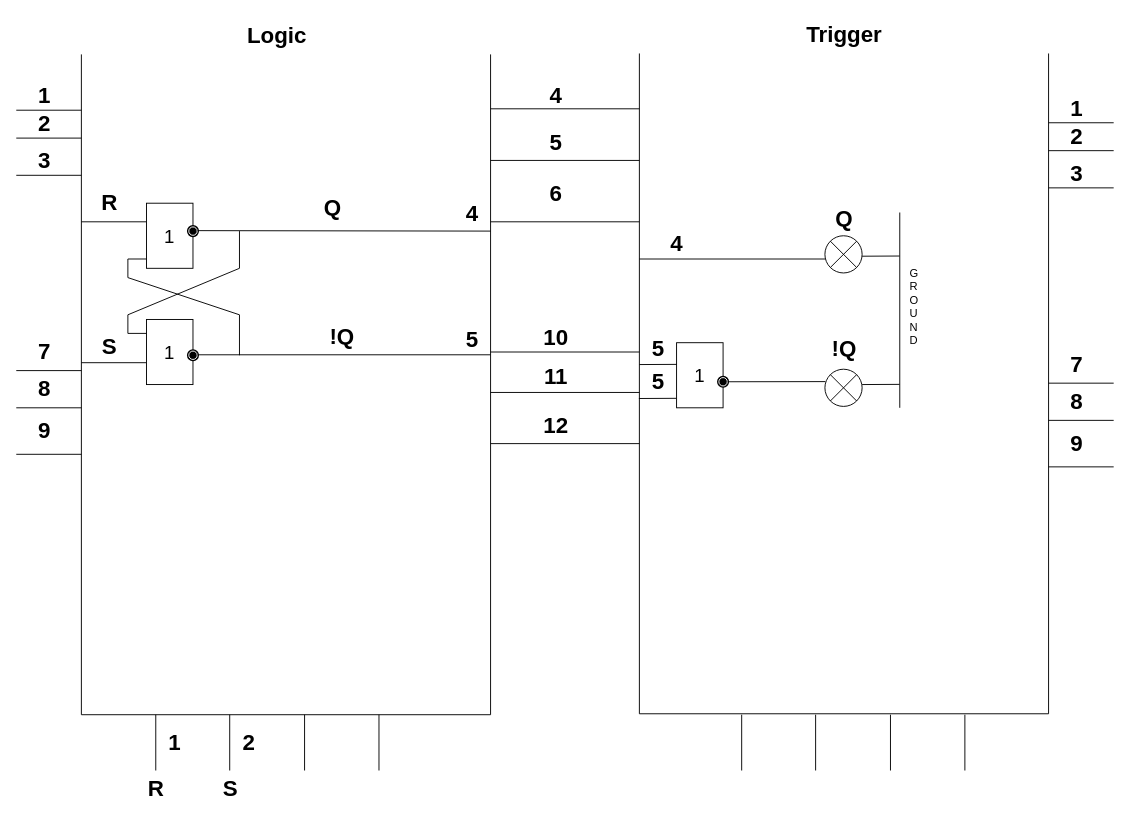
Above: async_trigger.drawio in nayutalienx/digital_circuits (draw.io), before the change. Source tidied: cells renumbered, new cells numbered last; positions are measured from the earlier drawing's top-left corner, leaving out a move shared by most shapes. Both pictures are drawn from the tidied source at 93%, with x=0, y=0 at pixel (16, 16).
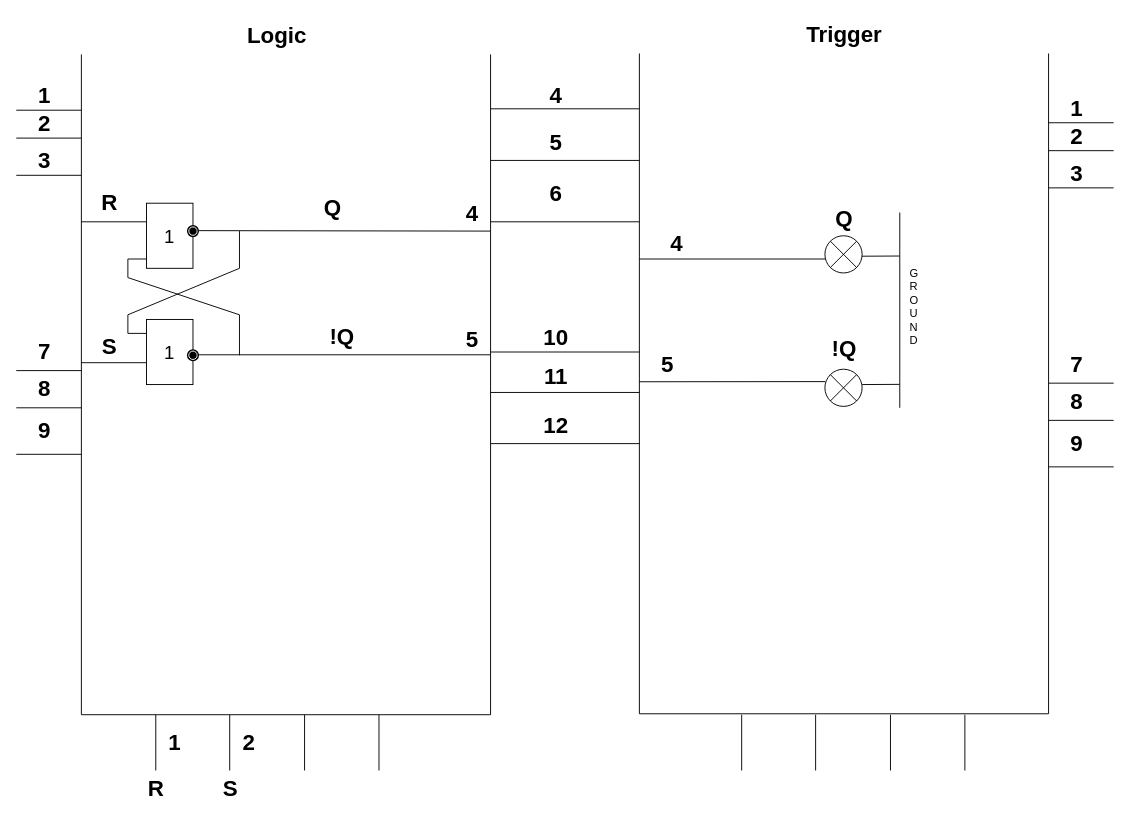
The same diagram, later.

The change refers to these unchanged cells:
```xml
<mxCell id="81" style="shape=sumEllipse;perimeter=ellipsePerimeter;whiteSpace=wrap;html=1;backgroundOutline=1;" parent="1" vertex="1">
  <mxGeometry x="869.5" y="379.5" width="40" height="40" as="geometry" />
</mxCell>
```

What changed in the source:
```diff
@@
-    <mxCell id="86" value="&lt;font style=&quot;font-size: 20px&quot;&gt;1&lt;/font&gt;" style="rounded=0;whiteSpace=wrap;html=1;" parent="1" vertex="1">
-      <mxGeometry x="710" y="351" width="50" height="70" as="geometry" />
-    </mxCell>
-    <mxCell id="87" style="endArrow=none;html=1;entryX=0.006;entryY=0.333;entryDx=0;entryDy=0;entryPerimeter=0;" parent="1" edge="1" target="86">
-      <mxGeometry relative="1" as="geometry">
-        <mxPoint x="670" y="374.5" as="sourcePoint" />
-      </mxGeometry>
-    </mxCell>
-    <mxCell id="88" style="endArrow=none;html=1;entryX=0.006;entryY=0.333;entryDx=0;entryDy=0;entryPerimeter=0;" parent="1" edge="1">
-      <mxGeometry relative="1" as="geometry">
-        <mxPoint x="669.5" y="411" as="sourcePoint" />
-        <mxPoint x="709.8" y="410.8" as="targetPoint" />
-      </mxGeometry>
-    </mxCell>
-    <mxCell id="89" value="5" style="text;strokeColor=none;fillColor=none;html=1;fontSize=24;fontStyle=1;verticalAlign=middle;align=center;" parent="1" vertex="1">
-      <mxGeometry x="680" y="344.5" width="20" height="27" as="geometry" />
-    </mxCell>
-    <mxCell id="90" value="5" style="text;strokeColor=none;fillColor=none;html=1;fontSize=24;fontStyle=1;verticalAlign=middle;align=center;" parent="1" vertex="1">
-      <mxGeometry x="680" y="379.5" width="20" height="27" as="geometry" />
-    </mxCell>
-    <mxCell id="91" style="shape=mxgraph.bpmn.shape;html=1;verticalLabelPosition=bottom;labelBackgroundColor=#ffffff;verticalAlign=top;align=center;perimeter=ellipsePerimeter;outline=end;symbol=terminate;" parent="1" vertex="1">
-      <mxGeometry x="755" y="388" width="10" height="10" as="geometry" />
-    </mxCell>
     <mxCell id="92" style="endArrow=none;html=1;entryX=0.012;entryY=0.333;entryDx=0;entryDy=0;entryPerimeter=0;" parent="1" edge="1" target="81">
       <mxGeometry relative="1" as="geometry">
-        <mxPoint x="765" y="393" as="sourcePoint" />
+        <mxPoint x="670" y="393" as="sourcePoint" />
       </mxGeometry>
     </mxCell>
@@
+    <mxCell id="97" value="5" style="text;strokeColor=none;fillColor=none;html=1;fontSize=24;fontStyle=1;verticalAlign=middle;align=center;" parent="1" vertex="1">
+      <mxGeometry x="690" y="361" width="20" height="27" as="geometry" />
+    </mxCell>
```
